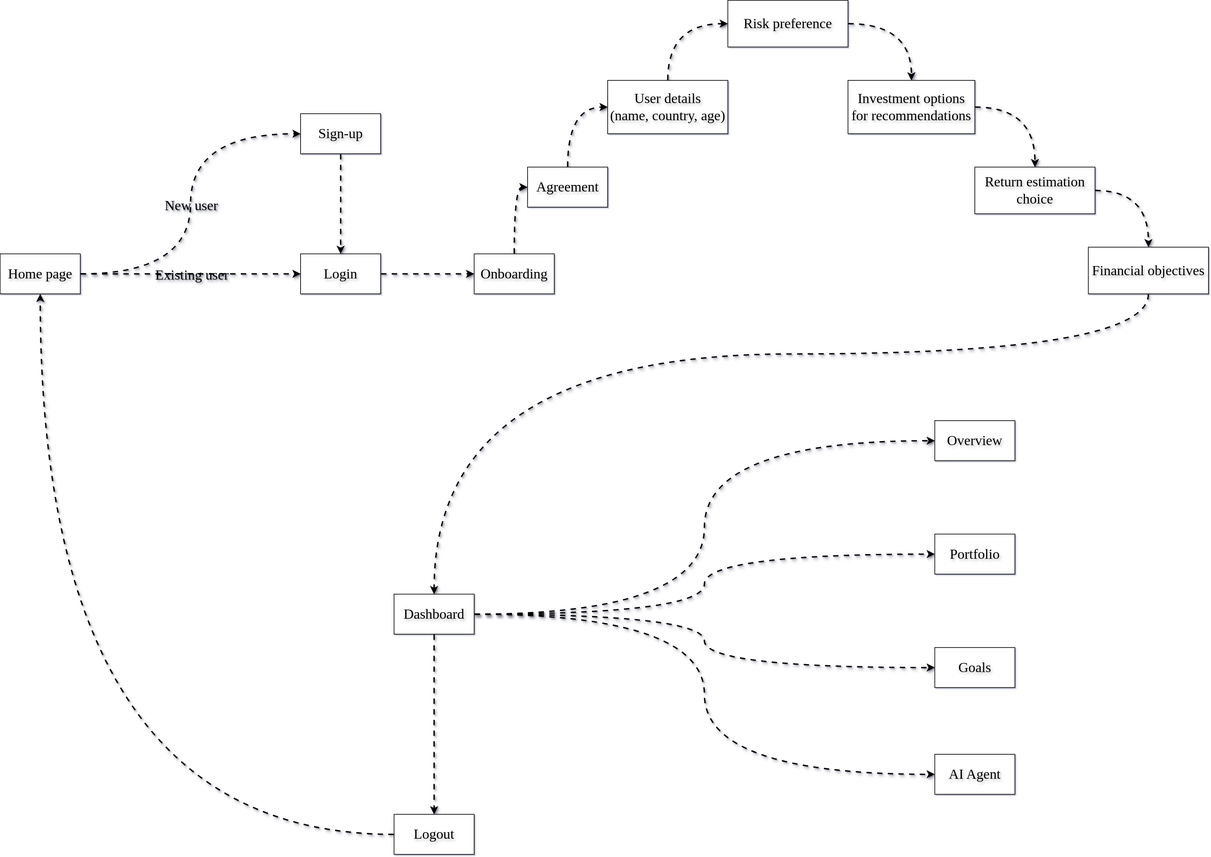
Sandeep-Gugulothu/FinArth keeps this draw.io diagram as media/data_flow/FinArth_dataflow.svg. Above is the earlier version. Source tidied: cells renumbered, new cells last; positions are measured from the earlier drawing's top-left corner, leaving out a move shared by most shapes. Source of this version:
```xml
<mxGraphModel shadow="1">
  <root>
    <mxCell id="0" />
    <mxCell id="1" parent="0" />
    <mxCell id="2" style="edgeStyle=orthogonalEdgeStyle;rounded=0;jettySize=auto;html=1;entryX=0;entryY=0.5;entryDx=0;entryDy=0;curved=1;fontFamily=Times New Roman;textShadow=1;labelBackgroundColor=none;fontSize=21;strokeWidth=2;shadow=1;flowAnimation=1;" parent="1" edge="1" source="6" target="10">
      <mxGeometry relative="1" as="geometry" />
    </mxCell>
    <mxCell id="3" value="New user" style="edgeLabel;html=1;align=center;verticalAlign=middle;fontFamily=Times New Roman;textShadow=1;labelBackgroundColor=none;fontSize=21;" parent="2" vertex="1">
      <mxGeometry y="1" relative="1" as="geometry" />
    </mxCell>
    <mxCell id="4" style="edgeStyle=orthogonalEdgeStyle;rounded=0;jettySize=auto;html=1;entryX=0;entryY=0.5;entryDx=0;entryDy=0;curved=1;fontFamily=Times New Roman;textShadow=1;labelBackgroundColor=none;fontSize=21;strokeWidth=2;shadow=1;flowAnimation=1;" parent="1" edge="1" source="6" target="8">
      <mxGeometry relative="1" as="geometry" />
    </mxCell>
    <mxCell id="5" value="Existing user" style="edgeLabel;html=1;align=center;verticalAlign=middle;fontFamily=Times New Roman;textShadow=1;labelBackgroundColor=none;fontSize=21;" parent="4" vertex="1">
      <mxGeometry x="0.01" y="-1" relative="1" as="geometry" />
    </mxCell>
    <mxCell id="6" value="Home page" style="rounded=0;whiteSpace=wrap;html=1;fontFamily=Times New Roman;textShadow=1;labelBackgroundColor=none;fontSize=21;" parent="1" vertex="1">
      <mxGeometry y="380" width="120" height="60" as="geometry" />
    </mxCell>
    <mxCell id="7" style="edgeStyle=orthogonalEdgeStyle;rounded=0;jettySize=auto;html=1;textShadow=1;strokeWidth=2;shadow=1;flowAnimation=1;" parent="1" edge="1" source="8" target="12">
      <mxGeometry relative="1" as="geometry" />
    </mxCell>
    <mxCell id="8" value="Login" style="rounded=0;whiteSpace=wrap;html=1;fontFamily=Times New Roman;textShadow=1;labelBackgroundColor=none;fontSize=21;" parent="1" vertex="1">
      <mxGeometry x="450" y="380" width="120" height="60" as="geometry" />
    </mxCell>
    <mxCell id="9" style="edgeStyle=orthogonalEdgeStyle;rounded=0;jettySize=auto;html=1;entryX=0.5;entryY=0;entryDx=0;entryDy=0;curved=1;fontFamily=Times New Roman;textShadow=1;labelBackgroundColor=none;fontSize=21;strokeWidth=2;shadow=1;flowAnimation=1;" parent="1" edge="1" source="10" target="8">
      <mxGeometry relative="1" as="geometry" />
    </mxCell>
    <mxCell id="10" value="Sign-up" style="rounded=0;whiteSpace=wrap;html=1;fontFamily=Times New Roman;textShadow=1;labelBackgroundColor=none;fontSize=21;" parent="1" vertex="1">
      <mxGeometry x="450" y="170" width="120" height="60" as="geometry" />
    </mxCell>
    <mxCell id="11" style="edgeStyle=orthogonalEdgeStyle;rounded=0;jettySize=auto;html=1;entryX=0;entryY=0.5;entryDx=0;entryDy=0;curved=1;strokeWidth=2;shadow=1;flowAnimation=1;" parent="1" edge="1" source="12" target="14">
      <mxGeometry relative="1" as="geometry" />
    </mxCell>
    <mxCell id="12" value="Onboarding" style="rounded=0;whiteSpace=wrap;html=1;fontFamily=Times New Roman;textShadow=1;labelBackgroundColor=none;fontSize=21;" parent="1" vertex="1">
      <mxGeometry x="710" y="380" width="120" height="60" as="geometry" />
    </mxCell>
    <mxCell id="13" style="edgeStyle=orthogonalEdgeStyle;rounded=0;jettySize=auto;html=1;entryX=0;entryY=0.5;entryDx=0;entryDy=0;curved=1;strokeWidth=2;shadow=1;flowAnimation=1;" parent="1" edge="1" source="14" target="16">
      <mxGeometry relative="1" as="geometry" />
    </mxCell>
    <mxCell id="14" value="Agreement" style="rounded=0;whiteSpace=wrap;html=1;fontFamily=Times New Roman;textShadow=1;labelBackgroundColor=none;fontSize=21;" parent="1" vertex="1">
      <mxGeometry x="790" y="250" width="120" height="60" as="geometry" />
    </mxCell>
    <mxCell id="15" style="edgeStyle=orthogonalEdgeStyle;rounded=0;jettySize=auto;html=1;entryX=0;entryY=0.5;entryDx=0;entryDy=0;curved=1;strokeWidth=2;shadow=1;flowAnimation=1;" parent="1" edge="1" source="16" target="18">
      <mxGeometry relative="1" as="geometry" />
    </mxCell>
    <mxCell id="16" value="User details&lt;br&gt;(name, country, age)" style="rounded=0;whiteSpace=wrap;html=1;fontFamily=Times New Roman;textShadow=1;labelBackgroundColor=none;fontSize=21;" parent="1" vertex="1">
      <mxGeometry x="910" y="120" width="180" height="80" as="geometry" />
    </mxCell>
    <mxCell id="17" style="edgeStyle=orthogonalEdgeStyle;rounded=0;jettySize=auto;html=1;exitX=1;exitY=0.5;exitDx=0;exitDy=0;entryX=0.5;entryY=0;entryDx=0;entryDy=0;curved=1;strokeWidth=2;shadow=1;flowAnimation=1;" parent="1" edge="1" source="18" target="20">
      <mxGeometry relative="1" as="geometry" />
    </mxCell>
    <mxCell id="18" value="Risk preference" style="rounded=0;whiteSpace=wrap;html=1;fontFamily=Times New Roman;textShadow=1;labelBackgroundColor=none;fontSize=21;" parent="1" vertex="1">
      <mxGeometry x="1090" width="180" height="70" as="geometry" />
    </mxCell>
    <mxCell id="19" style="edgeStyle=orthogonalEdgeStyle;rounded=0;jettySize=auto;html=1;exitX=1;exitY=0.5;exitDx=0;exitDy=0;entryX=0.5;entryY=0;entryDx=0;entryDy=0;curved=1;strokeWidth=2;shadow=1;flowAnimation=1;" parent="1" edge="1" source="20" target="22">
      <mxGeometry relative="1" as="geometry" />
    </mxCell>
    <mxCell id="20" value="Investment options for recommendations" style="rounded=0;whiteSpace=wrap;html=1;fontFamily=Times New Roman;textShadow=1;labelBackgroundColor=none;fontSize=21;" parent="1" vertex="1">
      <mxGeometry x="1270" y="120" width="190" height="80" as="geometry" />
    </mxCell>
    <mxCell id="21" style="edgeStyle=orthogonalEdgeStyle;rounded=0;jettySize=auto;html=1;exitX=1;exitY=0.5;exitDx=0;exitDy=0;entryX=0.5;entryY=0;entryDx=0;entryDy=0;curved=1;strokeWidth=2;shadow=1;flowAnimation=1;" parent="1" edge="1" source="22" target="24">
      <mxGeometry relative="1" as="geometry" />
    </mxCell>
    <mxCell id="22" value="Return estimation choice" style="rounded=0;whiteSpace=wrap;html=1;fontFamily=Times New Roman;textShadow=1;labelBackgroundColor=none;fontSize=21;" parent="1" vertex="1">
      <mxGeometry x="1460" y="250" width="180" height="70" as="geometry" />
    </mxCell>
    <mxCell id="23" style="edgeStyle=orthogonalEdgeStyle;rounded=0;jettySize=auto;html=1;entryX=0.5;entryY=0;entryDx=0;entryDy=0;curved=1;strokeWidth=2;shadow=1;flowAnimation=1;" parent="1" edge="1" source="24" target="30">
      <mxGeometry relative="1" as="geometry">
        <Array as="points">
          <mxPoint x="1720" y="530" />
          <mxPoint x="650" y="530" />
        </Array>
      </mxGeometry>
    </mxCell>
    <mxCell id="24" value="Financial objectives" style="rounded=0;whiteSpace=wrap;html=1;fontFamily=Times New Roman;textShadow=1;labelBackgroundColor=none;fontSize=21;" parent="1" vertex="1">
      <mxGeometry x="1630" y="370" width="180" height="70" as="geometry" />
    </mxCell>
    <mxCell id="25" style="edgeStyle=orthogonalEdgeStyle;rounded=0;jettySize=auto;html=1;entryX=0;entryY=0.5;entryDx=0;entryDy=0;curved=1;strokeWidth=2;shadow=1;flowAnimation=1;" parent="1" edge="1" source="30" target="31">
      <mxGeometry relative="1" as="geometry" />
    </mxCell>
    <mxCell id="26" style="edgeStyle=orthogonalEdgeStyle;rounded=0;jettySize=auto;html=1;exitX=1;exitY=0.5;exitDx=0;exitDy=0;entryX=0;entryY=0.5;entryDx=0;entryDy=0;curved=1;strokeWidth=2;shadow=1;flowAnimation=1;" parent="1" edge="1" source="30" target="32">
      <mxGeometry relative="1" as="geometry" />
    </mxCell>
    <mxCell id="27" style="edgeStyle=orthogonalEdgeStyle;rounded=0;jettySize=auto;html=1;exitX=1;exitY=0.5;exitDx=0;exitDy=0;entryX=0;entryY=0.5;entryDx=0;entryDy=0;curved=1;strokeWidth=2;shadow=1;flowAnimation=1;" parent="1" edge="1" source="30" target="33">
      <mxGeometry relative="1" as="geometry" />
    </mxCell>
    <mxCell id="28" style="edgeStyle=orthogonalEdgeStyle;rounded=0;jettySize=auto;html=1;exitX=1;exitY=0.5;exitDx=0;exitDy=0;entryX=0;entryY=0.5;entryDx=0;entryDy=0;curved=1;strokeWidth=2;shadow=1;flowAnimation=1;" parent="1" edge="1" source="30" target="34">
      <mxGeometry relative="1" as="geometry" />
    </mxCell>
    <mxCell id="29" style="edgeStyle=orthogonalEdgeStyle;rounded=0;jettySize=auto;html=1;exitX=0.5;exitY=1;exitDx=0;exitDy=0;entryX=0.5;entryY=0;entryDx=0;entryDy=0;curved=1;strokeWidth=2;shadow=1;flowAnimation=1;" parent="1" edge="1" source="30" target="36">
      <mxGeometry relative="1" as="geometry" />
    </mxCell>
    <mxCell id="30" value="Dashboard" style="rounded=0;whiteSpace=wrap;html=1;fontFamily=Times New Roman;textShadow=1;labelBackgroundColor=none;fontSize=21;" parent="1" vertex="1">
      <mxGeometry x="590" y="890" width="120" height="60" as="geometry" />
    </mxCell>
    <mxCell id="31" value="Overview" style="rounded=0;whiteSpace=wrap;html=1;fontFamily=Times New Roman;textShadow=1;labelBackgroundColor=none;fontSize=21;" parent="1" vertex="1">
      <mxGeometry x="1400" y="630" width="120" height="60" as="geometry" />
    </mxCell>
    <mxCell id="32" value="Portfolio" style="rounded=0;whiteSpace=wrap;html=1;fontFamily=Times New Roman;textShadow=1;labelBackgroundColor=none;fontSize=21;" parent="1" vertex="1">
      <mxGeometry x="1400" y="800" width="120" height="60" as="geometry" />
    </mxCell>
    <mxCell id="33" value="Goals" style="rounded=0;whiteSpace=wrap;html=1;fontFamily=Times New Roman;textShadow=1;labelBackgroundColor=none;fontSize=21;" parent="1" vertex="1">
      <mxGeometry x="1400" y="970" width="120" height="60" as="geometry" />
    </mxCell>
    <mxCell id="34" value="AI Agent" style="rounded=0;whiteSpace=wrap;html=1;fontFamily=Times New Roman;textShadow=1;labelBackgroundColor=none;fontSize=21;" parent="1" vertex="1">
      <mxGeometry x="1400" y="1130" width="120" height="60" as="geometry" />
    </mxCell>
    <mxCell id="35" style="edgeStyle=orthogonalEdgeStyle;rounded=0;jettySize=auto;html=1;exitX=0;exitY=0.5;exitDx=0;exitDy=0;entryX=0.5;entryY=1;entryDx=0;entryDy=0;curved=1;strokeWidth=2;shadow=1;flowAnimation=1;" parent="1" edge="1" source="36" target="6">
      <mxGeometry relative="1" as="geometry" />
    </mxCell>
    <mxCell id="36" value="Logout" style="rounded=0;whiteSpace=wrap;html=1;fontFamily=Times New Roman;textShadow=1;labelBackgroundColor=none;fontSize=21;" parent="1" vertex="1">
      <mxGeometry x="590" y="1220" width="120" height="60" as="geometry" />
    </mxCell>
  </root>
</mxGraphModel>
```
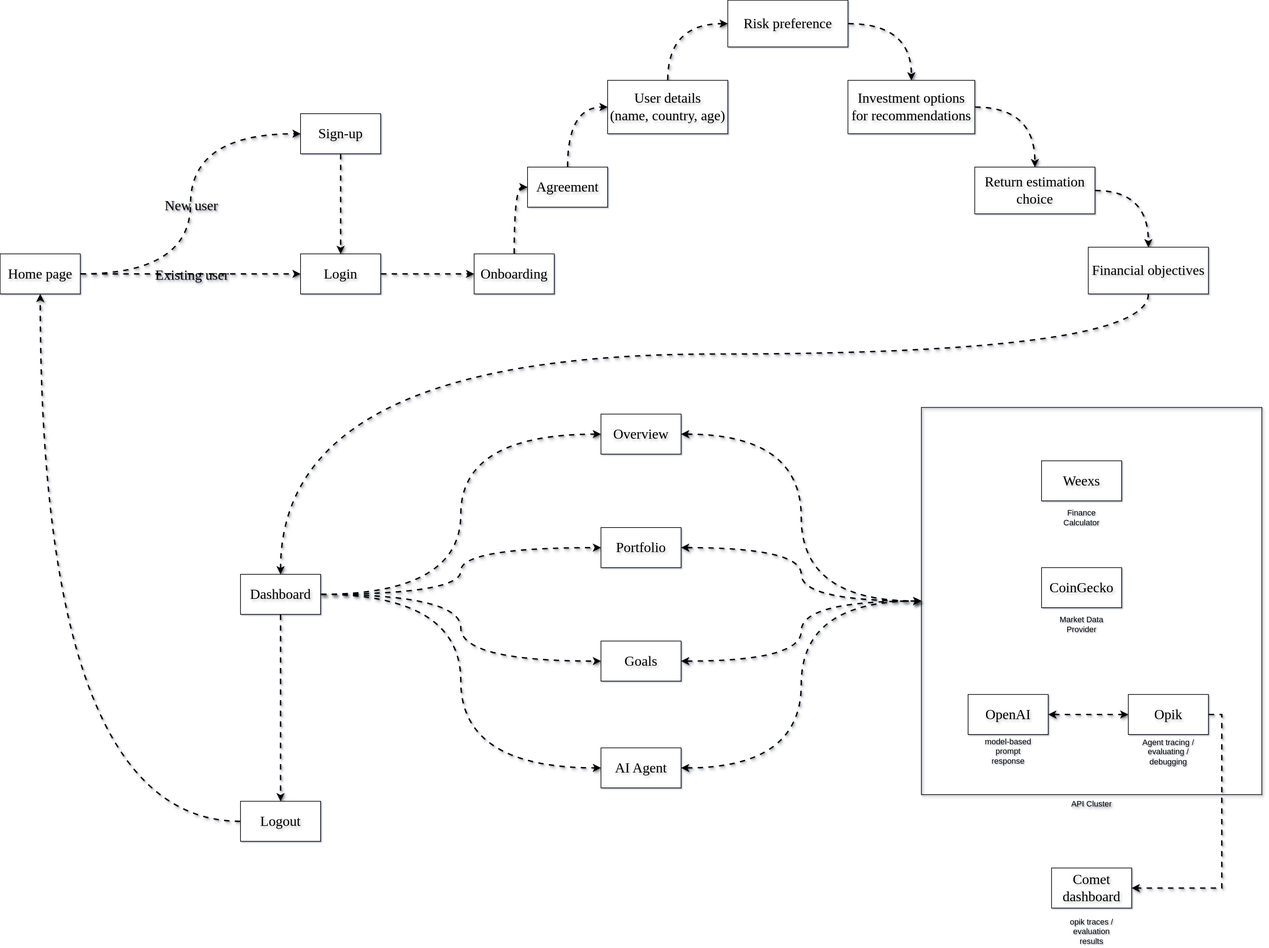
The same diagram one commit later.

Diff of the diagram source:
```diff
@@ -2,6 +2,9 @@
   <root>
     <mxCell id="0" />
     <mxCell id="1" parent="0" />
+    <mxCell id="37" value="API Cluster" style="rounded=0;whiteSpace=wrap;html=1;fillColor=none;shadow=1;textShadow=1;labelPosition=center;verticalLabelPosition=bottom;align=center;verticalAlign=top;" parent="1" vertex="1">
+      <mxGeometry x="1380" y="610" width="510" height="580" as="geometry" />
+    </mxCell>
     <mxCell id="2" style="edgeStyle=orthogonalEdgeStyle;rounded=0;jettySize=auto;html=1;entryX=0;entryY=0.5;entryDx=0;entryDy=0;curved=1;fontFamily=Times New Roman;textShadow=1;labelBackgroundColor=none;fontSize=21;strokeWidth=2;shadow=1;flowAnimation=1;" parent="1" edge="1" source="6" target="10">
       <mxGeometry relative="1" as="geometry" />
     </mxCell>
@@ -69,7 +72,7 @@
       <mxGeometry relative="1" as="geometry">
         <Array as="points">
           <mxPoint x="1720" y="530" />
-          <mxPoint x="650" y="530" />
+          <mxPoint x="420" y="530" />
         </Array>
       </mxGeometry>
     </mxCell>
@@ -92,25 +95,73 @@
       <mxGeometry relative="1" as="geometry" />
     </mxCell>
     <mxCell id="30" value="Dashboard" style="rounded=0;whiteSpace=wrap;html=1;fontFamily=Times New Roman;textShadow=1;labelBackgroundColor=none;fontSize=21;" parent="1" vertex="1">
-      <mxGeometry x="590" y="890" width="120" height="60" as="geometry" />
+      <mxGeometry x="360" y="860" width="120" height="60" as="geometry" />
     </mxCell>
+    <mxCell id="38" style="edgeStyle=orthogonalEdgeStyle;rounded=0;jettySize=auto;html=1;exitX=1;exitY=0.5;exitDx=0;exitDy=0;entryX=0;entryY=0.5;entryDx=0;entryDy=0;textShadow=1;strokeWidth=2;shadow=1;flowAnimation=1;startArrow=classic;startFill=1;curved=1;" parent="1" edge="1" source="31" target="37">
+      <mxGeometry relative="1" as="geometry" />
+    </mxCell>
     <mxCell id="31" value="Overview" style="rounded=0;whiteSpace=wrap;html=1;fontFamily=Times New Roman;textShadow=1;labelBackgroundColor=none;fontSize=21;" parent="1" vertex="1">
-      <mxGeometry x="1400" y="630" width="120" height="60" as="geometry" />
+      <mxGeometry x="900" y="620" width="120" height="60" as="geometry" />
     </mxCell>
+    <mxCell id="39" style="edgeStyle=orthogonalEdgeStyle;rounded=0;jettySize=auto;html=1;exitX=1;exitY=0.5;exitDx=0;exitDy=0;entryX=0;entryY=0.5;entryDx=0;entryDy=0;textShadow=1;strokeWidth=2;shadow=1;flowAnimation=1;startArrow=classic;startFill=1;curved=1;" parent="1" edge="1" source="32" target="37">
+      <mxGeometry relative="1" as="geometry" />
+    </mxCell>
     <mxCell id="32" value="Portfolio" style="rounded=0;whiteSpace=wrap;html=1;fontFamily=Times New Roman;textShadow=1;labelBackgroundColor=none;fontSize=21;" parent="1" vertex="1">
-      <mxGeometry x="1400" y="800" width="120" height="60" as="geometry" />
+      <mxGeometry x="900" y="790" width="120" height="60" as="geometry" />
     </mxCell>
+    <mxCell id="40" style="edgeStyle=orthogonalEdgeStyle;rounded=0;jettySize=auto;html=1;exitX=1;exitY=0.5;exitDx=0;exitDy=0;entryX=0;entryY=0.5;entryDx=0;entryDy=0;textShadow=1;strokeWidth=2;shadow=1;flowAnimation=1;startArrow=classic;startFill=1;curved=1;" parent="1" edge="1" source="33" target="37">
+      <mxGeometry relative="1" as="geometry" />
+    </mxCell>
     <mxCell id="33" value="Goals" style="rounded=0;whiteSpace=wrap;html=1;fontFamily=Times New Roman;textShadow=1;labelBackgroundColor=none;fontSize=21;" parent="1" vertex="1">
-      <mxGeometry x="1400" y="970" width="120" height="60" as="geometry" />
+      <mxGeometry x="900" y="960" width="120" height="60" as="geometry" />
     </mxCell>
+    <mxCell id="41" style="edgeStyle=orthogonalEdgeStyle;rounded=0;jettySize=auto;html=1;exitX=1;exitY=0.5;exitDx=0;exitDy=0;entryX=0;entryY=0.5;entryDx=0;entryDy=0;textShadow=1;strokeWidth=2;shadow=1;flowAnimation=1;startArrow=classic;startFill=1;curved=1;" parent="1" edge="1" source="34" target="37">
+      <mxGeometry relative="1" as="geometry" />
+    </mxCell>
     <mxCell id="34" value="AI Agent" style="rounded=0;whiteSpace=wrap;html=1;fontFamily=Times New Roman;textShadow=1;labelBackgroundColor=none;fontSize=21;" parent="1" vertex="1">
-      <mxGeometry x="1400" y="1130" width="120" height="60" as="geometry" />
+      <mxGeometry x="900" y="1120" width="120" height="60" as="geometry" />
     </mxCell>
     <mxCell id="35" style="edgeStyle=orthogonalEdgeStyle;rounded=0;jettySize=auto;html=1;exitX=0;exitY=0.5;exitDx=0;exitDy=0;entryX=0.5;entryY=1;entryDx=0;entryDy=0;curved=1;strokeWidth=2;shadow=1;flowAnimation=1;" parent="1" edge="1" source="36" target="6">
       <mxGeometry relative="1" as="geometry" />
     </mxCell>
     <mxCell id="36" value="Logout" style="rounded=0;whiteSpace=wrap;html=1;fontFamily=Times New Roman;textShadow=1;labelBackgroundColor=none;fontSize=21;" parent="1" vertex="1">
-      <mxGeometry x="590" y="1220" width="120" height="60" as="geometry" />
+      <mxGeometry x="360" y="1200" width="120" height="60" as="geometry" />
     </mxCell>
+    <mxCell id="42" value="CoinGecko" style="rounded=0;whiteSpace=wrap;html=1;fontFamily=Times New Roman;textShadow=1;labelBackgroundColor=none;fontSize=21;" parent="1" vertex="1">
+      <mxGeometry x="1560" y="850" width="120" height="60" as="geometry" />
+    </mxCell>
+    <mxCell id="43" value="Weexs" style="rounded=0;whiteSpace=wrap;html=1;fontFamily=Times New Roman;textShadow=1;labelBackgroundColor=none;fontSize=21;" parent="1" vertex="1">
+      <mxGeometry x="1560" y="690" width="120" height="60" as="geometry" />
+    </mxCell>
+    <mxCell id="44" style="edgeStyle=orthogonalEdgeStyle;rounded=0;jettySize=auto;html=1;exitX=1;exitY=0.5;exitDx=0;exitDy=0;entryX=0;entryY=0.5;entryDx=0;entryDy=0;startArrow=classic;startFill=1;shadow=1;flowAnimation=1;strokeWidth=2;" parent="1" edge="1" source="45" target="47">
+      <mxGeometry relative="1" as="geometry" />
+    </mxCell>
+    <mxCell id="45" value="OpenAI" style="rounded=0;whiteSpace=wrap;html=1;fontFamily=Times New Roman;textShadow=1;labelBackgroundColor=none;fontSize=21;" parent="1" vertex="1">
+      <mxGeometry x="1450" y="1040" width="120" height="60" as="geometry" />
+    </mxCell>
+    <mxCell id="46" style="edgeStyle=orthogonalEdgeStyle;rounded=0;jettySize=auto;html=1;exitX=1;exitY=0.5;exitDx=0;exitDy=0;entryX=1;entryY=0.5;entryDx=0;entryDy=0;strokeWidth=2;shadow=1;flowAnimation=1;" parent="1" edge="1" source="47" target="52">
+      <mxGeometry relative="1" as="geometry" />
+    </mxCell>
+    <mxCell id="47" value="Opik" style="rounded=0;whiteSpace=wrap;html=1;fontFamily=Times New Roman;textShadow=1;labelBackgroundColor=none;fontSize=21;" parent="1" vertex="1">
+      <mxGeometry x="1690" y="1040" width="120" height="60" as="geometry" />
+    </mxCell>
+    <mxCell id="48" value="Market Data Provider" style="text;html=1;whiteSpace=wrap;strokeColor=none;fillColor=none;align=center;verticalAlign=middle;rounded=0;" parent="1" vertex="1">
+      <mxGeometry x="1580" y="920" width="80" height="30" as="geometry" />
+    </mxCell>
+    <mxCell id="49" value="Finance Calculator" style="text;html=1;whiteSpace=wrap;strokeColor=none;fillColor=none;align=center;verticalAlign=middle;rounded=0;" parent="1" vertex="1">
+      <mxGeometry x="1580" y="760" width="80" height="30" as="geometry" />
+    </mxCell>
+    <mxCell id="50" value="Agent tracing / evaluating / debugging" style="text;html=1;whiteSpace=wrap;strokeColor=none;fillColor=none;align=center;verticalAlign=middle;rounded=0;" parent="1" vertex="1">
+      <mxGeometry x="1710" y="1111" width="80" height="30" as="geometry" />
+    </mxCell>
+    <mxCell id="51" value="model-based prompt response" style="text;html=1;whiteSpace=wrap;strokeColor=none;fillColor=none;align=center;verticalAlign=middle;rounded=0;" parent="1" vertex="1">
+      <mxGeometry x="1470" y="1110" width="80" height="30" as="geometry" />
+    </mxCell>
+    <mxCell id="52" value="Comet dashboard" style="rounded=0;whiteSpace=wrap;html=1;fontFamily=Times New Roman;textShadow=1;labelBackgroundColor=none;fontSize=21;" parent="1" vertex="1">
+      <mxGeometry x="1575" y="1300" width="120" height="60" as="geometry" />
+    </mxCell>
+    <mxCell id="53" value="opik traces / evaluation results" style="text;html=1;whiteSpace=wrap;strokeColor=none;fillColor=none;align=center;verticalAlign=middle;rounded=0;" parent="1" vertex="1">
+      <mxGeometry x="1595" y="1380" width="80" height="30" as="geometry" />
+    </mxCell>
   </root>
 </mxGraphModel>
```
